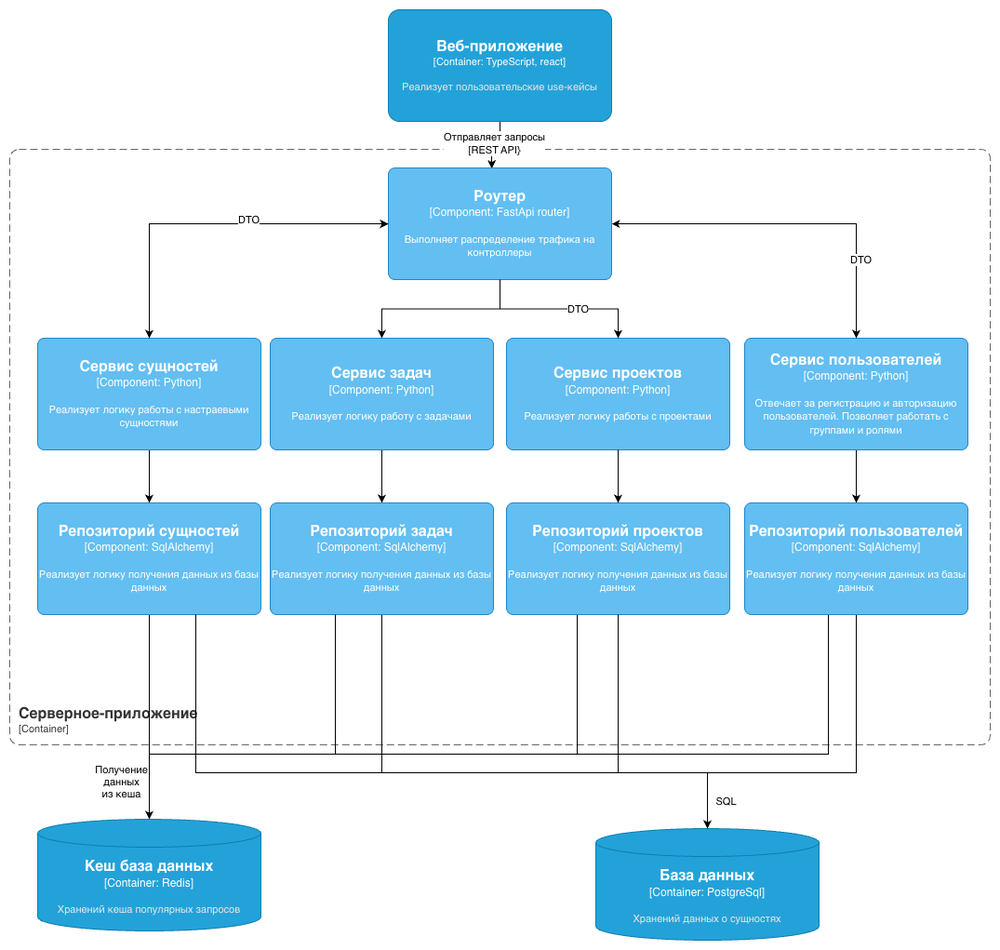
Above: docs/diag/PPO/C4-l3.png in jur4ikoff/my_redmine (draw.io), before the change. Source tidied: cells renumbered, new cells last; positions are measured from the earlier drawing's top-left corner, leaving out a move shared by most shapes.
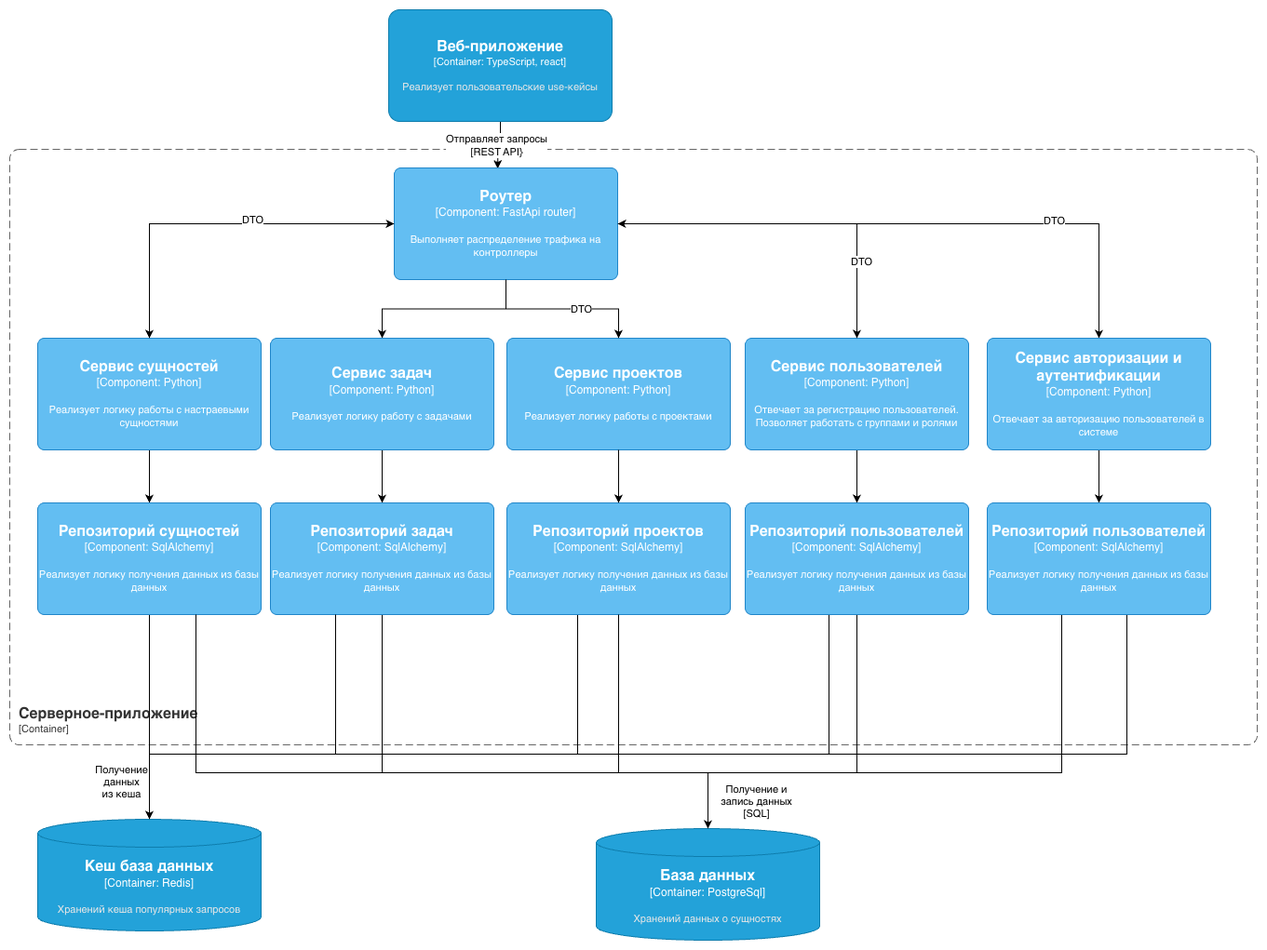
After the change.

Commit message:
add dbml diagram

Diff of the diagram source:
```diff
@@ -4,7 +4,7 @@
     <mxCell id="1" parent="0" />
     <object id="2" label="&lt;font style=&quot;font-size: 16px&quot;&gt;&lt;b&gt;&lt;div style=&quot;text-align: left&quot;&gt;%c4Name%&lt;/div&gt;&lt;/b&gt;&lt;/font&gt;&lt;div style=&quot;text-align: left&quot;&gt;[%c4Application%]&lt;/div&gt;" c4Application="Container" c4Name="Серверное-приложение" c4Type="SystemScopeBoundary" placeholders="1">
       <mxCell style="rounded=1;fontSize=11;whiteSpace=wrap;html=1;dashed=1;arcSize=20;fillColor=none;strokeColor=#666666;fontColor=#333333;labelBackgroundColor=none;align=left;verticalAlign=bottom;labelBorderColor=none;spacingTop=0;spacing=10;dashPattern=8 4;perimeter=rectanglePerimeter;noLabel=0;labelPadding=0;absoluteArcSize=1;" parent="1" vertex="1">
-        <mxGeometry y="150" width="1054" height="640" as="geometry" />
+        <mxGeometry y="150" width="1340" height="640" as="geometry" />
       </mxCell>
     </object>
     <mxCell id="3" style="edgeStyle=orthogonalEdgeStyle;rounded=0;jettySize=auto;html=1;entryX=0.463;entryY=0.006;entryDx=0;entryDy=0;entryPerimeter=0;" parent="1" edge="1" source="5" target="10">
@@ -34,15 +34,21 @@
     <mxCell id="9" style="edgeStyle=orthogonalEdgeStyle;rounded=0;jettySize=auto;html=1;" parent="1" edge="1" source="10" target="21">
       <mxGeometry relative="1" as="geometry" />
     </mxCell>
+    <mxCell id="38" style="edgeStyle=orthogonalEdgeStyle;rounded=0;jettySize=auto;html=1;startArrow=classic;startFill=1;" parent="1" edge="1" source="10" target="41">
+      <mxGeometry relative="1" as="geometry" />
+    </mxCell>
+    <mxCell id="39" value="DTO" style="edgeLabel;html=1;align=center;verticalAlign=middle;" parent="38" vertex="1">
+      <mxGeometry x="0.46" y="4" relative="1" as="geometry" />
+    </mxCell>
     <object id="10" label="&lt;font style=&quot;font-size: 16px&quot;&gt;&lt;b&gt;%c4Name%&lt;/b&gt;&lt;/font&gt;&lt;div&gt;[%c4Type%: %c4Technology%]&lt;/div&gt;&lt;br&gt;&lt;div&gt;&lt;font style=&quot;font-size: 11px&quot;&gt;%c4Description%&lt;/font&gt;&lt;/div&gt;" c4Description="Выполняет распределение трафика на контроллеры" c4Name="Роутер" c4Technology="FastApi router" c4Type="Component" placeholders="1">
       <mxCell style="rounded=1;whiteSpace=wrap;html=1;labelBackgroundColor=none;fillColor=#63BEF2;fontColor=#ffffff;align=center;arcSize=6;strokeColor=#2086C9;points=[[0.25,0,0],[0.5,0,0],[0.75,0,0],[1,0.25,0],[1,0.5,0],[1,0.75,0],[0.75,1,0],[0.5,1,0],[0.25,1,0],[0,0.75,0],[0,0.5,0],[0,0.25,0]];" parent="1" vertex="1">
-        <mxGeometry x="407" y="170" width="240" height="120" as="geometry" />
+        <mxGeometry x="413" y="170" width="240" height="120" as="geometry" />
       </mxCell>
     </object>
     <mxCell id="11" style="edgeStyle=orthogonalEdgeStyle;rounded=0;jettySize=auto;html=1;" parent="1" edge="1" source="12" target="27">
       <mxGeometry relative="1" as="geometry" />
     </mxCell>
-    <object id="12" label="&lt;font style=&quot;font-size: 16px&quot;&gt;&lt;b&gt;%c4Name%&lt;/b&gt;&lt;/font&gt;&lt;div&gt;[%c4Type%: %c4Technology%]&lt;/div&gt;&lt;br&gt;&lt;div&gt;&lt;font style=&quot;font-size: 11px&quot;&gt;%c4Description%&lt;/font&gt;&lt;/div&gt;" c4Description="Отвечает за регистрацию и авторизацию пользователей. Позволяет работать с группами и ролями" c4Name="Сервис пользователей" c4Technology="Python" c4Type="Component" placeholders="1">
+    <object id="12" label="&lt;font style=&quot;font-size: 16px&quot;&gt;&lt;b&gt;%c4Name%&lt;/b&gt;&lt;/font&gt;&lt;div&gt;[%c4Type%: %c4Technology%]&lt;/div&gt;&lt;br&gt;&lt;div&gt;&lt;font style=&quot;font-size: 11px&quot;&gt;%c4Description%&lt;/font&gt;&lt;/div&gt;" c4Description="Отвечает за регистрацию пользователей. Позволяет работать с группами и ролями" c4Name="Сервис пользователей" c4Technology="Python" c4Type="Component" placeholders="1">
       <mxCell style="rounded=1;whiteSpace=wrap;html=1;labelBackgroundColor=none;fillColor=#63BEF2;fontColor=#ffffff;align=center;arcSize=6;strokeColor=#2086C9;points=[[0.25,0,0],[0.5,0,0],[0.75,0,0],[1,0.25,0],[1,0.5,0],[1,0.75,0],[0.75,1,0],[0.5,1,0],[0.25,1,0],[0,0.75,0],[0,0.5,0],[0,0.25,0]];" parent="1" vertex="1">
         <mxGeometry x="790" y="353" width="240" height="120" as="geometry" />
       </mxCell>
@@ -102,9 +108,9 @@
         </Array>
       </mxGeometry>
     </mxCell>
-    <mxCell id="26" value="SQL" style="edgeLabel;html=1;align=center;verticalAlign=middle;" parent="25" vertex="1">
+    <mxCell id="26" value="Получение и&lt;br&gt;запись данных&lt;br&gt;[SQL]" style="edgeLabel;html=1;align=center;verticalAlign=middle;" parent="25" vertex="1">
       <mxGeometry x="0.45" y="3" relative="1" as="geometry">
-        <mxPoint x="-28" y="27" as="offset" />
+        <mxPoint x="3" y="27" as="offset" />
       </mxGeometry>
     </mxCell>
     <object id="27" label="&lt;font style=&quot;font-size: 16px&quot;&gt;&lt;b&gt;%c4Name%&lt;/b&gt;&lt;/font&gt;&lt;div&gt;[%c4Type%: %c4Technology%]&lt;/div&gt;&lt;br&gt;&lt;div&gt;&lt;font style=&quot;font-size: 11px&quot;&gt;%c4Description%&lt;/font&gt;&lt;/div&gt;" c4Description="Реализует логику получения данных из базы данных" c4Name="Репозиторий пользователей" c4Technology="SqlAlchemy" c4Type="Component" placeholders="1">
@@ -173,5 +179,34 @@
         </Array>
       </mxGeometry>
     </mxCell>
+    <mxCell id="40" style="edgeStyle=orthogonalEdgeStyle;rounded=0;jettySize=auto;html=1;" parent="1" edge="1" source="41" target="44">
+      <mxGeometry relative="1" as="geometry" />
+    </mxCell>
+    <object id="41" label="&lt;font style=&quot;font-size: 16px&quot;&gt;&lt;b&gt;%c4Name%&lt;/b&gt;&lt;/font&gt;&lt;div&gt;[%c4Type%: %c4Technology%]&lt;/div&gt;&lt;br&gt;&lt;div&gt;&lt;font style=&quot;font-size: 11px&quot;&gt;%c4Description%&lt;/font&gt;&lt;/div&gt;" c4Description="Отвечает за авторизацию пользователей в системе" c4Name="Сервис авторизации и аутентификации" c4Technology="Python" c4Type="Component" placeholders="1">
+      <mxCell style="rounded=1;whiteSpace=wrap;html=1;labelBackgroundColor=none;fillColor=#63BEF2;fontColor=#ffffff;align=center;arcSize=6;strokeColor=#2086C9;points=[[0.25,0,0],[0.5,0,0],[0.75,0,0],[1,0.25,0],[1,0.5,0],[1,0.75,0],[0.75,1,0],[0.5,1,0],[0.25,1,0],[0,0.75,0],[0,0.5,0],[0,0.25,0]];" parent="1" vertex="1">
+        <mxGeometry x="1050" y="353" width="240" height="120" as="geometry" />
+      </mxCell>
+    </object>
+    <mxCell id="42" style="edgeStyle=orthogonalEdgeStyle;rounded=0;jettySize=auto;html=1;" parent="1" edge="1" source="44" target="6">
+      <mxGeometry relative="1" as="geometry">
+        <Array as="points">
+          <mxPoint x="1200" y="800" />
+          <mxPoint x="150" y="800" />
+        </Array>
+      </mxGeometry>
+    </mxCell>
+    <mxCell id="43" style="edgeStyle=orthogonalEdgeStyle;rounded=0;jettySize=auto;html=1;" parent="1" edge="1" source="44" target="7">
+      <mxGeometry relative="1" as="geometry">
+        <Array as="points">
+          <mxPoint x="1130" y="820" />
+          <mxPoint x="750" y="820" />
+        </Array>
+      </mxGeometry>
+    </mxCell>
+    <object id="44" label="&lt;font style=&quot;font-size: 16px&quot;&gt;&lt;b&gt;%c4Name%&lt;/b&gt;&lt;/font&gt;&lt;div&gt;[%c4Type%: %c4Technology%]&lt;/div&gt;&lt;br&gt;&lt;div&gt;&lt;font style=&quot;font-size: 11px&quot;&gt;%c4Description%&lt;/font&gt;&lt;/div&gt;" c4Description="Реализует логику получения данных из базы данных" c4Name="Репозиторий пользователей" c4Technology="SqlAlchemy" c4Type="Component" placeholders="1">
+      <mxCell style="rounded=1;whiteSpace=wrap;html=1;labelBackgroundColor=none;fillColor=#63BEF2;fontColor=#ffffff;align=center;arcSize=6;strokeColor=#2086C9;points=[[0.25,0,0],[0.5,0,0],[0.75,0,0],[1,0.25,0],[1,0.5,0],[1,0.75,0],[0.75,1,0],[0.5,1,0],[0.25,1,0],[0,0.75,0],[0,0.5,0],[0,0.25,0]];" parent="1" vertex="1">
+        <mxGeometry x="1050" y="530" width="240" height="120" as="geometry" />
+      </mxCell>
+    </object>
   </root>
 </mxGraphModel>
```
